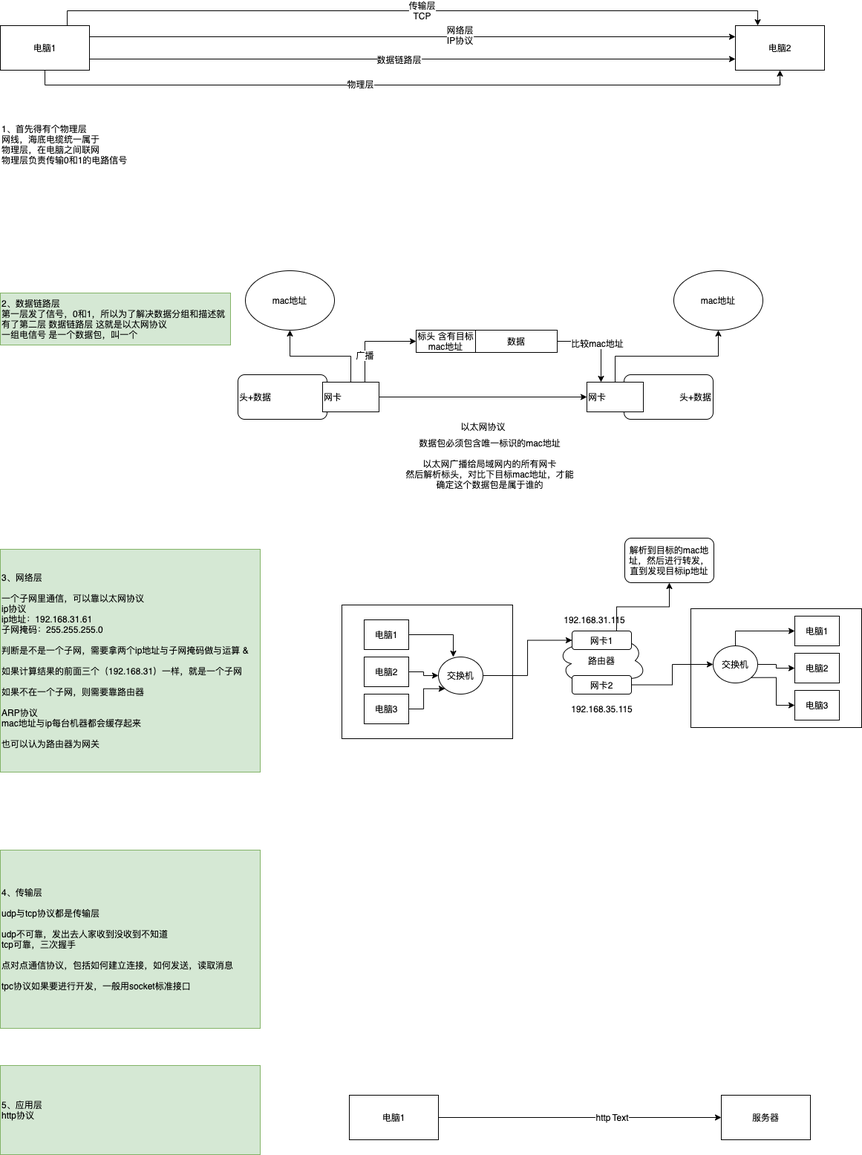
Above: cs/tcp-ip-model.png in sivanbil/architecthure-diagram (draw.io), before the change. Source tidied: cells renumbered, new cells last; positions are measured from the earlier drawing's top-left corner, leaving out a move shared by most shapes.
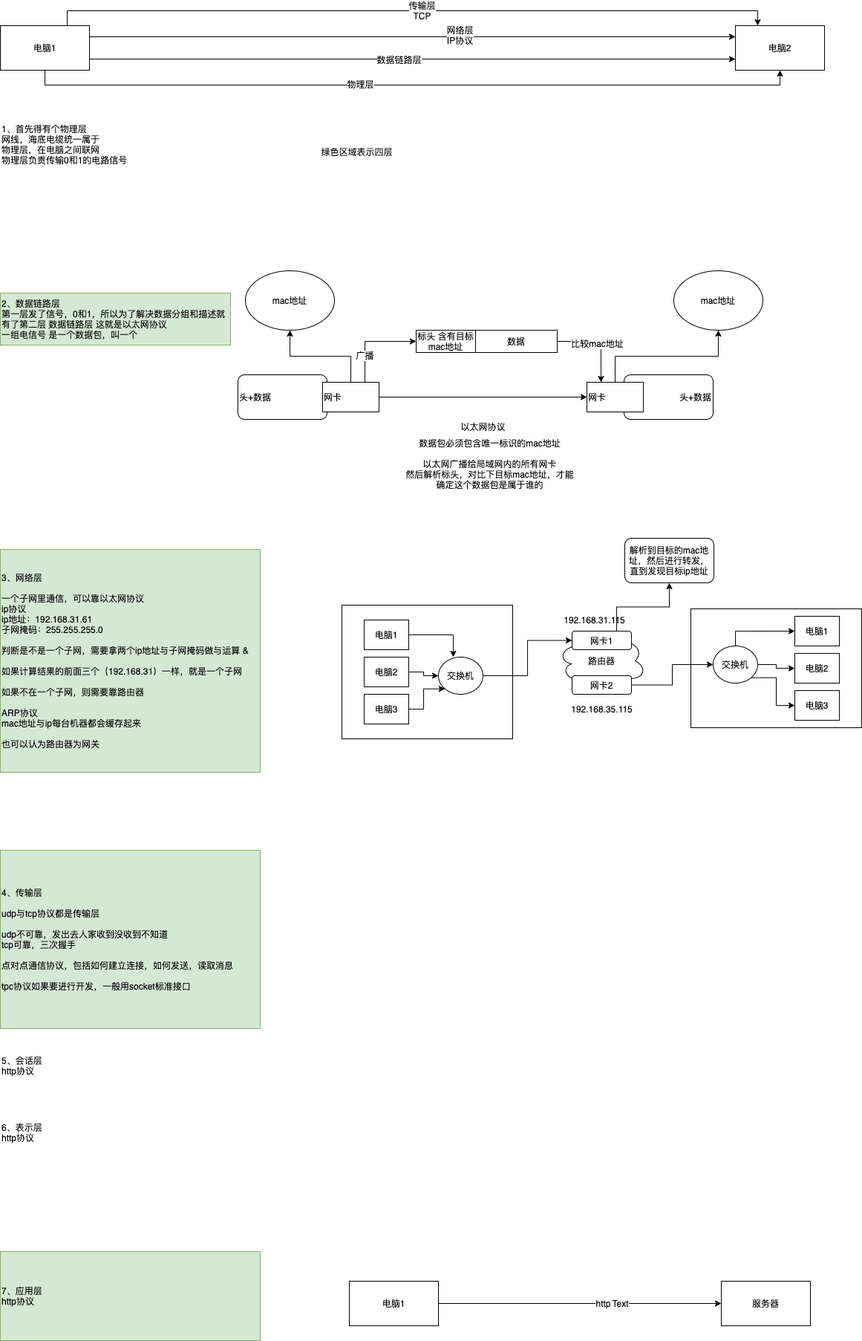
The same file after the commit.

What changed in the source:
```diff
@@ -180,13 +180,22 @@
       <mxGeometry x="0.28" y="1" relative="1" as="geometry" />
     </mxCell>
     <mxCell id="61" value="电脑1" style="rounded=0;whiteSpace=wrap;html=1;align=center;" parent="1" vertex="1">
-      <mxGeometry x="470" y="1440" width="120" height="60" as="geometry" />
+      <mxGeometry x="470" y="1690" width="120" height="60" as="geometry" />
     </mxCell>
     <mxCell id="62" value="服务器" style="rounded=0;whiteSpace=wrap;html=1;align=center;" parent="1" vertex="1">
-      <mxGeometry x="971" y="1440" width="120" height="60" as="geometry" />
+      <mxGeometry x="971" y="1690" width="120" height="60" as="geometry" />
     </mxCell>
-    <mxCell id="63" value="5、应用层&lt;br&gt;http协议" style="text;html=1;strokeColor=#82b366;fillColor=#d5e8d4;align=left;verticalAlign=middle;whiteSpace=wrap;rounded=0;" parent="1" vertex="1">
-      <mxGeometry y="1400" width="350" height="120" as="geometry" />
+    <mxCell id="63" value="7、应用层&lt;br&gt;http协议" style="text;html=1;strokeColor=#82b366;fillColor=#d5e8d4;align=left;verticalAlign=middle;whiteSpace=wrap;rounded=0;" parent="1" vertex="1">
+      <mxGeometry y="1650" width="350" height="120" as="geometry" />
     </mxCell>
+    <mxCell id="64" value="绿色区域表示四层" style="text;html=1;align=center;verticalAlign=middle;strokeColor=none;" parent="1" vertex="1">
+      <mxGeometry x="425" y="160" width="110" height="20" as="geometry" />
+    </mxCell>
+    <mxCell id="65" value="5、会话层&lt;br&gt;http协议" style="text;html=1;align=left;verticalAlign=middle;whiteSpace=wrap;rounded=0;" parent="1" vertex="1">
+      <mxGeometry y="1370" width="350" height="60" as="geometry" />
+    </mxCell>
+    <mxCell id="66" value="6、表示层&lt;br&gt;http协议" style="text;html=1;align=left;verticalAlign=middle;whiteSpace=wrap;rounded=0;" parent="1" vertex="1">
+      <mxGeometry y="1460" width="350" height="60" as="geometry" />
+    </mxCell>
   </root>
 </mxGraphModel>
```
